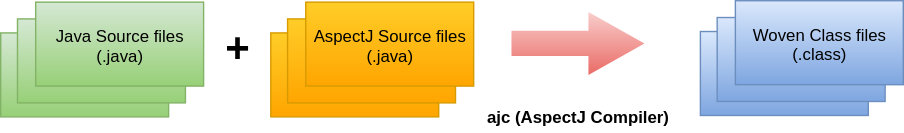
indrabasak/spring-loadtime-weaving-example keeps this draw.io diagram as img/aspectj-loadtime-weaving.svg. Above is the earlier version. Source tidied: cells renumbered, new cells last; positions are measured from the earlier drawing's top-left corner, leaving out a move shared by most shapes. Its diagram source:
```xml
<mxGraphModel background="#ffffff">
  <root>
    <mxCell id="0" />
    <mxCell id="1" parent="0" />
    <mxCell id="2" style="rounded=0;whiteSpace=wrap;html=1;fillColor=#d5e8d4;strokeColor=#82b366;gradientColor=#97d077;" parent="1" vertex="1">
      <mxGeometry y="23" width="120" height="60" as="geometry" />
    </mxCell>
    <mxCell id="3" style="rounded=0;whiteSpace=wrap;html=1;fillColor=#d5e8d4;strokeColor=#82b366;gradientColor=#97d077;" parent="1" vertex="1">
      <mxGeometry x="12" y="13" width="120" height="60" as="geometry" />
    </mxCell>
    <mxCell id="4" value="Java Source files (.java)" style="rounded=0;whiteSpace=wrap;html=1;fillColor=#d5e8d4;strokeColor=#82b366;gradientColor=#97d077;" parent="1" vertex="1">
      <mxGeometry x="25" y="1" width="120" height="60" as="geometry" />
    </mxCell>
    <mxCell id="5" style="rounded=0;whiteSpace=wrap;html=1;fillColor=#ffcd28;strokeColor=#d79b00;gradientColor=#ffa500;" parent="1" vertex="1">
      <mxGeometry x="193" y="23" width="120" height="60" as="geometry" />
    </mxCell>
    <mxCell id="6" style="rounded=0;whiteSpace=wrap;html=1;fillColor=#ffcd28;strokeColor=#d79b00;gradientColor=#ffa500;" parent="1" vertex="1">
      <mxGeometry x="205" y="13" width="120" height="60" as="geometry" />
    </mxCell>
    <mxCell id="7" value="AspectJ Source files (.java)" style="rounded=0;whiteSpace=wrap;html=1;fillColor=#ffcd28;strokeColor=#d79b00;gradientColor=#ffa500;" parent="1" vertex="1">
      <mxGeometry x="218" y="1" width="120" height="60" as="geometry" />
    </mxCell>
    <mxCell id="8" value="+" style="text;html=1;align=center;verticalAlign=middle;fillColor=none;strokeColor=none;rounded=0;fontSize=30;fontStyle=1;" parent="1" vertex="1">
      <mxGeometry x="160" y="23" width="20" height="20" as="geometry" />
    </mxCell>
    <mxCell id="9" value="&lt;font style=&quot;font-size: 12px&quot;&gt;&lt;b&gt;ajc (AspectJ Compiler)&lt;/b&gt;&lt;/font&gt;" style="verticalLabelPosition=bottom;verticalAlign=top;html=1;strokeWidth=2;shape=mxgraph.arrows2.arrow;dy=0.6;dx=40;notch=0;fontSize=30;fillColor=#f8cecc;strokeColor=none;gradientColor=#ea6b66;" parent="1" vertex="1">
      <mxGeometry x="365" y="8" width="95" height="45" as="geometry" />
    </mxCell>
    <mxCell id="10" style="rounded=0;whiteSpace=wrap;html=1;fillColor=#dae8fc;strokeColor=#6c8ebf;gradientColor=#7ea6e0;" parent="1" vertex="1">
      <mxGeometry x="500" y="22" width="120" height="60" as="geometry" />
    </mxCell>
    <mxCell id="11" style="rounded=0;whiteSpace=wrap;html=1;fillColor=#dae8fc;strokeColor=#6c8ebf;gradientColor=#7ea6e0;" parent="1" vertex="1">
      <mxGeometry x="512" y="12" width="120" height="60" as="geometry" />
    </mxCell>
    <mxCell id="12" value="Woven Class files (.class)" style="rounded=0;whiteSpace=wrap;html=1;fillColor=#dae8fc;strokeColor=#6c8ebf;gradientColor=#7ea6e0;" parent="1" vertex="1">
      <mxGeometry x="525" width="120" height="60" as="geometry" />
    </mxCell>
  </root>
</mxGraphModel>
```
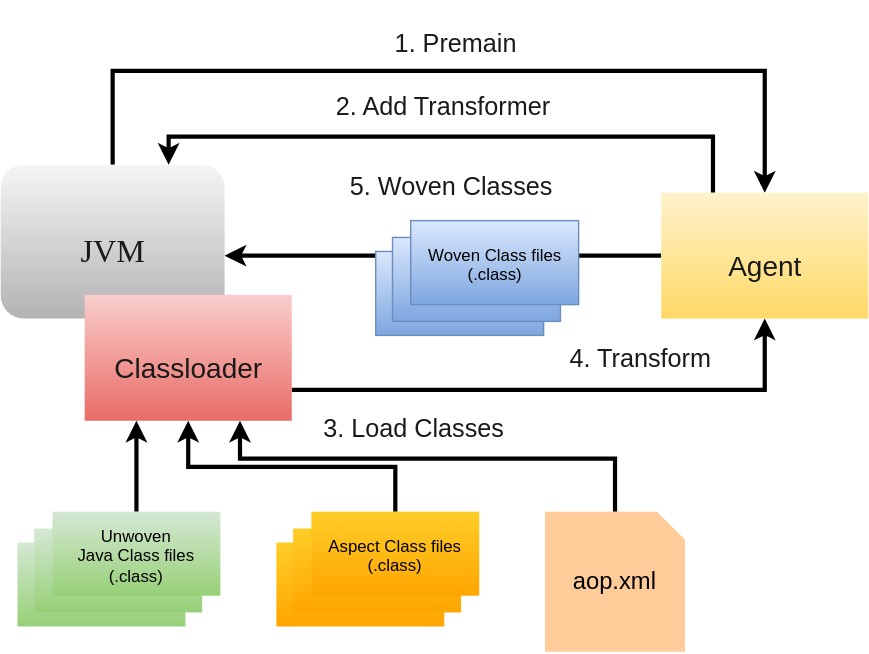
After the commit.

What changed in the source:
```diff
@@ -2,38 +2,90 @@
   <root>
     <mxCell id="0" />
     <mxCell id="1" parent="0" />
+    <mxCell id="13" style="edgeStyle=orthogonalEdgeStyle;rounded=0;html=1;exitX=0;exitY=0.5;entryX=1;entryY=0.591;entryPerimeter=0;jettySize=auto;strokeWidth=3;fontSize=40;fontColor=#00CC00;" parent="1" edge="1" source="21" target="17">
+      <mxGeometry relative="1" as="geometry" />
+    </mxCell>
-    <mxCell id="2" style="rounded=0;whiteSpace=wrap;html=1;fillColor=#d5e8d4;strokeColor=#82b366;gradientColor=#97d077;" parent="1" vertex="1">
-      <mxGeometry y="23" width="120" height="60" as="geometry" />
+    <mxCell id="2" style="rounded=0;whiteSpace=wrap;html=1;fillColor=#d5e8d4;strokeColor=none;gradientColor=#97d077;" parent="1" vertex="1">
+      <mxGeometry x="2" y="360" width="120" height="60" as="geometry" />
     </mxCell>
-    <mxCell id="3" style="rounded=0;whiteSpace=wrap;html=1;fillColor=#d5e8d4;strokeColor=#82b366;gradientColor=#97d077;" parent="1" vertex="1">
-      <mxGeometry x="12" y="13" width="120" height="60" as="geometry" />
+    <mxCell id="3" style="rounded=0;whiteSpace=wrap;html=1;fillColor=#d5e8d4;strokeColor=none;gradientColor=#97d077;" parent="1" vertex="1">
+      <mxGeometry x="14" y="350" width="120" height="60" as="geometry" />
     </mxCell>
+    <mxCell id="14" style="edgeStyle=orthogonalEdgeStyle;rounded=0;html=1;exitX=0.5;exitY=0;entryX=0.25;entryY=1;jettySize=auto;strokeWidth=3;fontSize=40;fontColor=#00CC00;" parent="1" edge="1" source="4" target="19">
+      <mxGeometry relative="1" as="geometry" />
+    </mxCell>
-    <mxCell id="4" value="Java Source files (.java)" style="rounded=0;whiteSpace=wrap;html=1;fillColor=#d5e8d4;strokeColor=#82b366;gradientColor=#97d077;" parent="1" vertex="1">
-      <mxGeometry x="25" y="1" width="120" height="60" as="geometry" />
+    <mxCell id="4" value="Unwoven &lt;br&gt;Java Class files (.class)" style="rounded=0;whiteSpace=wrap;html=1;fillColor=#d5e8d4;strokeColor=none;gradientColor=#97d077;" parent="1" vertex="1">
+      <mxGeometry x="27" y="338" width="120" height="60" as="geometry" />
     </mxCell>
-    <mxCell id="5" style="rounded=0;whiteSpace=wrap;html=1;fillColor=#ffcd28;strokeColor=#d79b00;gradientColor=#ffa500;" parent="1" vertex="1">
-      <mxGeometry x="193" y="23" width="120" height="60" as="geometry" />
+    <mxCell id="5" style="rounded=0;whiteSpace=wrap;html=1;fillColor=#ffcd28;strokeColor=none;gradientColor=#ffa500;" parent="1" vertex="1">
+      <mxGeometry x="187" y="360" width="120" height="60" as="geometry" />
     </mxCell>
-    <mxCell id="6" style="rounded=0;whiteSpace=wrap;html=1;fillColor=#ffcd28;strokeColor=#d79b00;gradientColor=#ffa500;" parent="1" vertex="1">
-      <mxGeometry x="205" y="13" width="120" height="60" as="geometry" />
+    <mxCell id="6" style="rounded=0;whiteSpace=wrap;html=1;fillColor=#ffcd28;strokeColor=none;gradientColor=#ffa500;" parent="1" vertex="1">
+      <mxGeometry x="199" y="350" width="120" height="60" as="geometry" />
     </mxCell>
+    <mxCell id="15" style="edgeStyle=orthogonalEdgeStyle;rounded=0;html=1;exitX=0.5;exitY=0;entryX=0.5;entryY=1;jettySize=auto;strokeWidth=3;fontSize=40;fontColor=#00CC00;" parent="1" edge="1" source="7" target="19">
+      <mxGeometry relative="1" as="geometry" />
+    </mxCell>
-    <mxCell id="7" value="AspectJ Source files (.java)" style="rounded=0;whiteSpace=wrap;html=1;fillColor=#ffcd28;strokeColor=#d79b00;gradientColor=#ffa500;" parent="1" vertex="1">
-      <mxGeometry x="218" y="1" width="120" height="60" as="geometry" />
+    <mxCell id="7" value="Aspect Class files (.class)" style="rounded=0;whiteSpace=wrap;html=1;fillColor=#ffcd28;strokeColor=none;gradientColor=#ffa500;" parent="1" vertex="1">
+      <mxGeometry x="212" y="338" width="120" height="60" as="geometry" />
     </mxCell>
-    <mxCell id="8" value="+" style="text;html=1;align=center;verticalAlign=middle;fillColor=none;strokeColor=none;rounded=0;fontSize=30;fontStyle=1;" parent="1" vertex="1">
-      <mxGeometry x="160" y="23" width="20" height="20" as="geometry" />
-    </mxCell>
-    <mxCell id="9" value="&lt;font style=&quot;font-size: 12px&quot;&gt;&lt;b&gt;ajc (AspectJ Compiler)&lt;/b&gt;&lt;/font&gt;" style="verticalLabelPosition=bottom;verticalAlign=top;html=1;strokeWidth=2;shape=mxgraph.arrows2.arrow;dy=0.6;dx=40;notch=0;fontSize=30;fillColor=#f8cecc;strokeColor=none;gradientColor=#ea6b66;" parent="1" vertex="1">
-      <mxGeometry x="365" y="8" width="95" height="45" as="geometry" />
-    </mxCell>
     <mxCell id="10" style="rounded=0;whiteSpace=wrap;html=1;fillColor=#dae8fc;strokeColor=#6c8ebf;gradientColor=#7ea6e0;" parent="1" vertex="1">
-      <mxGeometry x="500" y="22" width="120" height="60" as="geometry" />
+      <mxGeometry x="258" y="152" width="120" height="60" as="geometry" />
     </mxCell>
     <mxCell id="11" style="rounded=0;whiteSpace=wrap;html=1;fillColor=#dae8fc;strokeColor=#6c8ebf;gradientColor=#7ea6e0;" parent="1" vertex="1">
-      <mxGeometry x="512" y="12" width="120" height="60" as="geometry" />
+      <mxGeometry x="270" y="142" width="120" height="60" as="geometry" />
     </mxCell>
     <mxCell id="12" value="Woven Class files (.class)" style="rounded=0;whiteSpace=wrap;html=1;fillColor=#dae8fc;strokeColor=#6c8ebf;gradientColor=#7ea6e0;" parent="1" vertex="1">
-      <mxGeometry x="525" width="120" height="60" as="geometry" />
+      <mxGeometry x="283" y="130" width="120" height="60" as="geometry" />
     </mxCell>
+    <mxCell id="16" style="edgeStyle=orthogonalEdgeStyle;rounded=0;html=1;exitX=0.5;exitY=0;entryX=0.5;entryY=0;jettySize=auto;fontSize=40;fontColor=#00CC00;strokeWidth=3;" parent="1" edge="1" source="17" target="21">
+      <mxGeometry relative="1" as="geometry">
+        <Array as="points">
+          <mxPoint x="70" y="23" />
+          <mxPoint x="536" y="23" />
+        </Array>
+      </mxGeometry>
+    </mxCell>
+    <mxCell id="17" value="&lt;font face=&quot;Garamond&quot; color=&quot;#1a1a1a&quot; style=&quot;font-size: 23px&quot;&gt;JVM&lt;/font&gt;" style="rounded=1;whiteSpace=wrap;html=1;fontSize=40;fontColor=#00CC00;strokeColor=none;fillColor=#f5f5f5;gradientColor=#b3b3b3;" parent="1" vertex="1">
+      <mxGeometry x="-10" y="90" width="160" height="110" as="geometry" />
+    </mxCell>
+    <mxCell id="18" style="edgeStyle=orthogonalEdgeStyle;rounded=0;html=1;exitX=1;exitY=0.75;entryX=0.5;entryY=1;jettySize=auto;strokeWidth=3;fontSize=40;fontColor=#00CC00;" parent="1" edge="1" source="19" target="21">
+      <mxGeometry relative="1" as="geometry" />
+    </mxCell>
+    <mxCell id="19" value="&lt;font style=&quot;font-size: 20px&quot; color=&quot;#1a1a1a&quot;&gt;Classloader&lt;/font&gt;" style="rounded=0;whiteSpace=wrap;html=1;fontSize=40;fontColor=#00CC00;fillColor=#f8cecc;strokeColor=none;gradientColor=#ea6b66;" parent="1" vertex="1">
+      <mxGeometry x="50" y="183" width="148" height="90" as="geometry" />
+    </mxCell>
+    <mxCell id="20" style="edgeStyle=orthogonalEdgeStyle;rounded=0;html=1;exitX=0.25;exitY=0;entryX=0.75;entryY=0;jettySize=auto;fontSize=40;fontColor=#00CC00;strokeWidth=3;" parent="1" edge="1" source="21" target="17">
+      <mxGeometry relative="1" as="geometry" />
+    </mxCell>
+    <mxCell id="21" value="&lt;font style=&quot;font-size: 20px&quot; color=&quot;#1a1a1a&quot;&gt;Agent&lt;/font&gt;" style="rounded=0;whiteSpace=wrap;html=1;fontSize=40;fontColor=#00CC00;fillColor=#fff2cc;strokeColor=none;gradientColor=#ffd966;" parent="1" vertex="1">
+      <mxGeometry x="462" y="110" width="148" height="90" as="geometry" />
+    </mxCell>
+    <mxCell id="22" style="edgeStyle=orthogonalEdgeStyle;rounded=0;html=1;exitX=0.5;exitY=0;entryX=0.75;entryY=1;jettySize=auto;strokeWidth=3;fontSize=40;fontColor=#00CC00;" parent="1" edge="1" source="23" target="19">
+      <mxGeometry relative="1" as="geometry">
+        <Array as="points">
+          <mxPoint x="429" y="300" />
+          <mxPoint x="161" y="300" />
+        </Array>
+      </mxGeometry>
+    </mxCell>
+    <mxCell id="23" value="aop.xml" style="shape=note;strokeWidth=2;fontSize=17;size=20;whiteSpace=wrap;html=1;fillColor=#ffcc99;strokeColor=none;" parent="1" vertex="1">
+      <mxGeometry x="379" y="338" width="100" height="100" as="geometry" />
+    </mxCell>
+    <mxCell id="24" value="&lt;font style=&quot;font-size: 18px;&quot; color=&quot;#1a1a1a&quot;&gt;1. Premain&lt;/font&gt;" style="text;html=1;align=center;verticalAlign=middle;fillColor=none;strokeColor=none;rounded=0;fontSize=18;fontColor=#1A1A1A;" parent="1" vertex="1">
+      <mxGeometry x="260" y="-27" width="110" height="60" as="geometry" />
+    </mxCell>
+    <mxCell id="25" value="&lt;font style=&quot;font-size: 18px&quot; color=&quot;#1a1a1a&quot;&gt;2. Add Transformer&lt;/font&gt;" style="text;html=1;align=center;verticalAlign=middle;fillColor=none;strokeColor=none;rounded=0;fontSize=18;fontColor=#1A1A1A;" parent="1" vertex="1">
+      <mxGeometry x="222" y="33" width="170" height="30" as="geometry" />
+    </mxCell>
+    <mxCell id="26" value="&lt;font style=&quot;font-size: 18px&quot; color=&quot;#1a1a1a&quot;&gt;3. Load Classes&lt;/font&gt;" style="text;html=1;align=center;verticalAlign=middle;fillColor=none;strokeColor=none;rounded=0;fontSize=18;fontColor=#1A1A1A;" parent="1" vertex="1">
+      <mxGeometry x="215" y="263" width="140" height="30" as="geometry" />
+    </mxCell>
+    <mxCell id="27" value="4. Transform" style="text;html=1;align=center;verticalAlign=middle;fillColor=none;strokeColor=none;rounded=0;fontSize=18;fontColor=#1A1A1A;" parent="1" vertex="1">
+      <mxGeometry x="387" y="213" width="120" height="30" as="geometry" />
+    </mxCell>
+    <mxCell id="28" value="&lt;font style=&quot;font-size: 18px&quot; color=&quot;#1a1a1a&quot;&gt;5. Woven Classes&lt;/font&gt;" style="text;html=1;align=center;verticalAlign=middle;fillColor=none;strokeColor=none;rounded=0;fontSize=18;fontColor=#1A1A1A;" parent="1" vertex="1">
+      <mxGeometry x="232" y="90" width="160" height="30" as="geometry" />
+    </mxCell>
   </root>
 </mxGraphModel>
```
